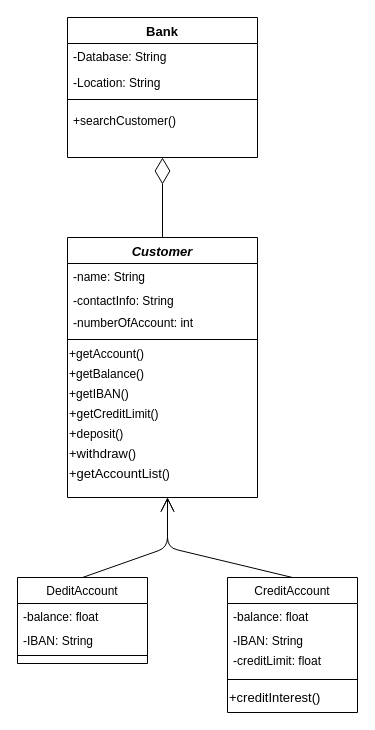
Before: PankkiKuvio6.2.drawio in ArttuJahva/NewRepo, a draw.io diagram. Source tidied: cells renumbered, new cells numbered last; positions are measured from the earlier drawing's top-left corner, leaving out a move shared by most shapes. Both pictures are drawn from the tidied source at 100%, with x=0, y=0 at pixel (17, 17).
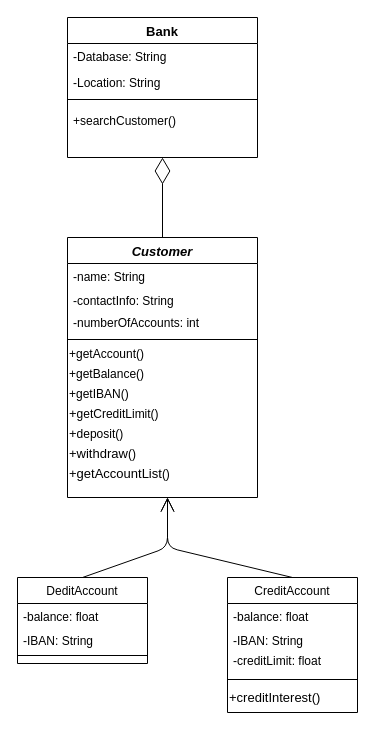
The same page after the edit.

The change refers to these unchanged cells:
```xml
<mxCell id="2" value="Customer" style="swimlane;fontStyle=3;align=center;verticalAlign=top;horizontal=1;startSize=26;rounded=0;shadow=0;strokeWidth=1;fontSize=13;" parent="1" vertex="1">
  <mxGeometry x="50" y="220" width="190" height="260" as="geometry" />
</mxCell>
```

What changed in the source:
```diff
@@
-    <mxCell id="5" value="-numberOfAccount: int" style="text;align=left;verticalAlign=top;spacingLeft=4;spacingRight=4;overflow=hidden;rounded=0;shadow=0;html=0;" parent="2" vertex="1">
+    <mxCell id="5" value="-numberOfAccounts: int" style="text;align=left;verticalAlign=top;spacingLeft=4;spacingRight=4;overflow=hidden;rounded=0;shadow=0;html=0;" parent="2" vertex="1">
       <mxGeometry y="72" width="190" height="26" as="geometry" />
     </mxCell>
```
